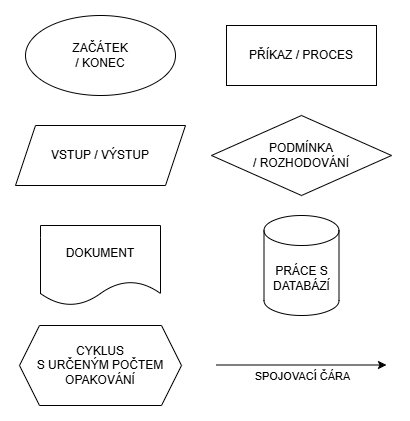
Earlier version of the draw.io export public/media/informatika/vyvojovy-diagram-znaceni.png (PetyXbron/NaMaturu). Source tidied: cells renumbered, new cells last; positions are measured from the earlier drawing's top-left corner, leaving out a move shared by most shapes. Source of this version:
```xml
<mxGraphModel>
  <root>
    <mxCell id="0" />
    <mxCell id="1" parent="0" />
    <mxCell id="2" value="ZAČÁTEK&lt;br&gt;/ KONEC" style="ellipse;whiteSpace=wrap;html=1;" parent="1" vertex="1">
      <mxGeometry x="10" width="150" height="80" as="geometry" />
    </mxCell>
    <mxCell id="3" value="PŘÍKAZ / PROCES" style="rounded=0;whiteSpace=wrap;html=1;" parent="1" vertex="1">
      <mxGeometry x="211" y="10" width="150" height="60" as="geometry" />
    </mxCell>
    <mxCell id="4" value="PODMÍNKA&lt;br&gt;/ ROZHODOVÁNÍ" style="rhombus;whiteSpace=wrap;html=1;" parent="1" vertex="1">
      <mxGeometry x="196" y="100" width="180" height="80" as="geometry" />
    </mxCell>
    <mxCell id="5" value="VSTUP / VÝSTUP" style="shape=parallelogram;perimeter=parallelogramPerimeter;whiteSpace=wrap;html=1;fixedSize=1;" parent="1" vertex="1">
      <mxGeometry y="110" width="170" height="60" as="geometry" />
    </mxCell>
    <mxCell id="6" value="PRÁCE S DATABÁZÍ" style="shape=cylinder3;whiteSpace=wrap;html=1;boundedLbl=1;backgroundOutline=1;size=15;" parent="1" vertex="1">
      <mxGeometry x="248.5" y="200" width="75" height="100" as="geometry" />
    </mxCell>
    <mxCell id="7" value="DOKUMENT" style="shape=document;whiteSpace=wrap;html=1;boundedLbl=1;" parent="1" vertex="1">
      <mxGeometry x="25" y="210" width="120" height="80" as="geometry" />
    </mxCell>
    <mxCell id="8" value="CYKLUS&lt;br&gt;S URČENÝM POČTEM OPAKOVÁNÍ" style="shape=hexagon;perimeter=hexagonPerimeter2;whiteSpace=wrap;html=1;fixedSize=1;" parent="1" vertex="1">
      <mxGeometry x="4" y="310" width="162" height="80" as="geometry" />
    </mxCell>
    <mxCell id="9" style="endArrow=classic;html=1;rounded=0;" parent="1" edge="1">
      <mxGeometry relative="1" as="geometry">
        <mxPoint x="201" y="349.5" as="sourcePoint" />
        <mxPoint x="371" y="349.5" as="targetPoint" />
      </mxGeometry>
    </mxCell>
    <mxCell id="10" value="SPOJOVACÍ ČÁRA" style="edgeLabel;html=1;align=center;verticalAlign=middle;" parent="9" vertex="1">
      <mxGeometry x="0.02" y="1" relative="1" as="geometry">
        <mxPoint x="-2" y="12" as="offset" />
      </mxGeometry>
    </mxCell>
  </root>
</mxGraphModel>
```
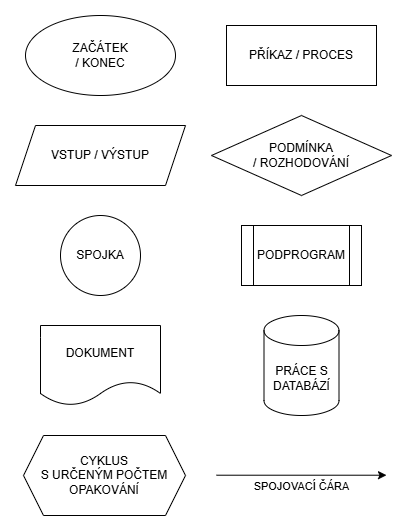
Above is the later version.

What changed in the source:
```diff
@@ -15,18 +15,18 @@
       <mxGeometry y="110" width="170" height="60" as="geometry" />
     </mxCell>
     <mxCell id="6" value="PRÁCE S DATABÁZÍ" style="shape=cylinder3;whiteSpace=wrap;html=1;boundedLbl=1;backgroundOutline=1;size=15;" parent="1" vertex="1">
-      <mxGeometry x="248.5" y="200" width="75" height="100" as="geometry" />
+      <mxGeometry x="248.5" y="300" width="75" height="100" as="geometry" />
     </mxCell>
     <mxCell id="7" value="DOKUMENT" style="shape=document;whiteSpace=wrap;html=1;boundedLbl=1;" parent="1" vertex="1">
-      <mxGeometry x="25" y="210" width="120" height="80" as="geometry" />
+      <mxGeometry x="25" y="310" width="120" height="80" as="geometry" />
     </mxCell>
     <mxCell id="8" value="CYKLUS&lt;br&gt;S URČENÝM POČTEM OPAKOVÁNÍ" style="shape=hexagon;perimeter=hexagonPerimeter2;whiteSpace=wrap;html=1;fixedSize=1;" parent="1" vertex="1">
-      <mxGeometry x="4" y="310" width="162" height="80" as="geometry" />
+      <mxGeometry x="8" y="420" width="162" height="80" as="geometry" />
     </mxCell>
     <mxCell id="9" style="endArrow=classic;html=1;rounded=0;" parent="1" edge="1">
       <mxGeometry relative="1" as="geometry">
-        <mxPoint x="201" y="349.5" as="sourcePoint" />
-        <mxPoint x="371" y="349.5" as="targetPoint" />
+        <mxPoint x="201" y="459.7" as="sourcePoint" />
+        <mxPoint x="371" y="459.7" as="targetPoint" />
       </mxGeometry>
     </mxCell>
     <mxCell id="10" value="SPOJOVACÍ ČÁRA" style="edgeLabel;html=1;align=center;verticalAlign=middle;" parent="9" vertex="1">
@@ -34,5 +34,11 @@
         <mxPoint x="-2" y="12" as="offset" />
       </mxGeometry>
     </mxCell>
+    <mxCell id="11" value="SPOJKA" style="ellipse;whiteSpace=wrap;html=1;" parent="1" vertex="1">
+      <mxGeometry x="45" y="200" width="80" height="80" as="geometry" />
+    </mxCell>
+    <mxCell id="12" value="PODPROGRAM" style="shape=process;whiteSpace=wrap;html=1;backgroundOutline=1;" parent="1" vertex="1">
+      <mxGeometry x="226" y="210" width="120" height="60" as="geometry" />
+    </mxCell>
   </root>
 </mxGraphModel>
```
